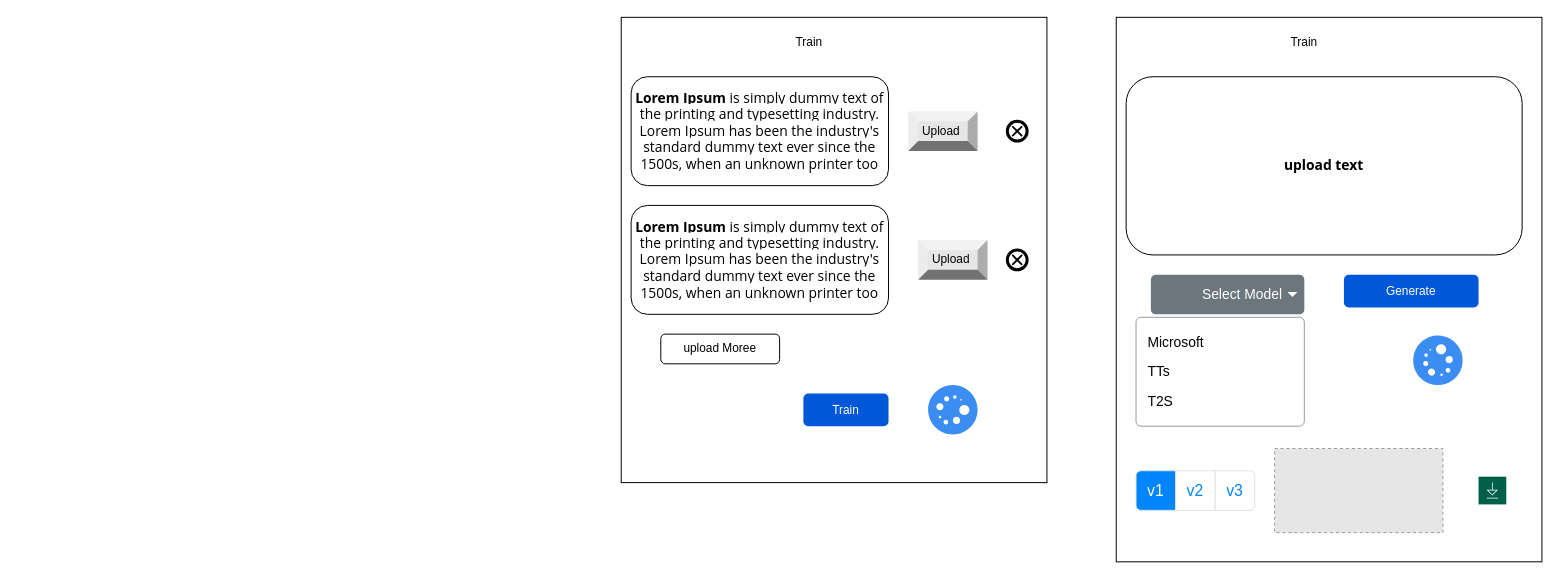
Imtiaj-Sajin/text-to-speech- keeps this draw.io diagram as Untitled Diagram.drawio. Above is the earlier version. Source tidied: cells renumbered, new cells numbered last; positions are measured from the earlier drawing's top-left corner, leaving out a move shared by most shapes. Both pictures are drawn from the tidied source at 99%, with x=0, y=0 at pixel (621, 17). Pictures stored in the file or linked from it are replaced by grey dashed boxes.
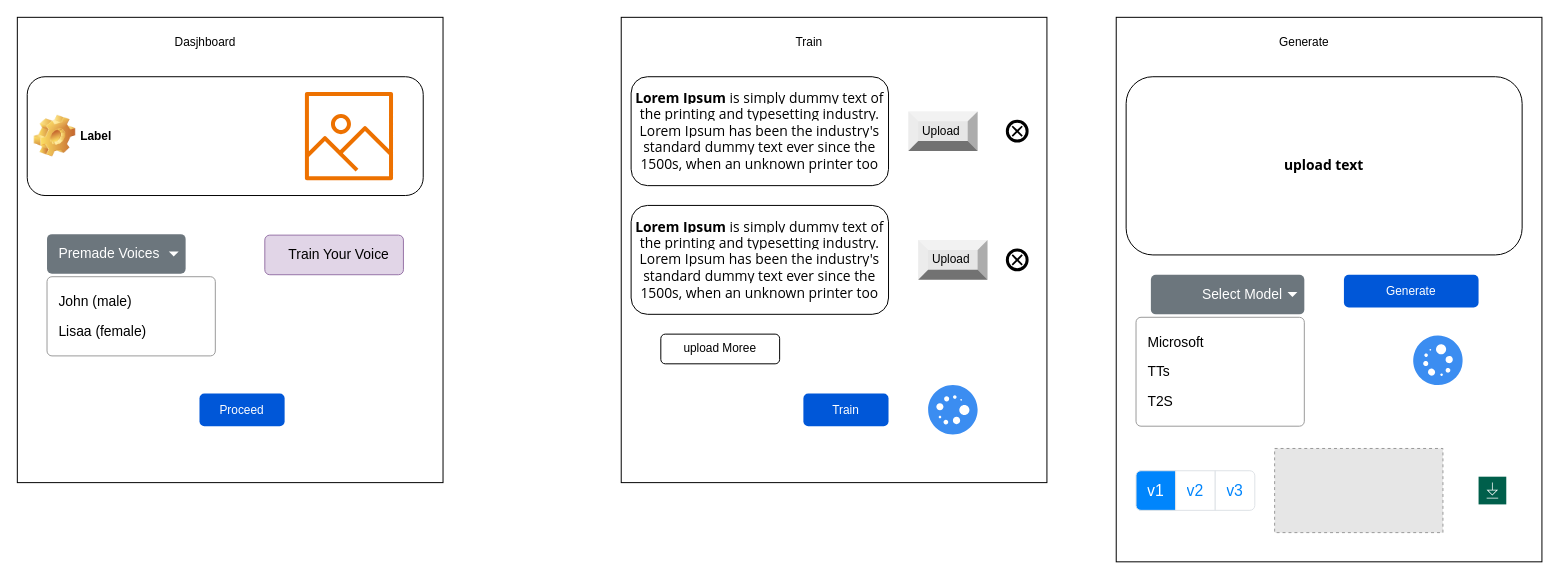
After the change.

The edit, as a diff of the source:
```diff
@@
-    <mxCell id="15" value="Train" style="text;html=1;align=center;verticalAlign=middle;whiteSpace=wrap;rounded=0;" parent="1" vertex="1">
+    <mxCell id="15" value="Generate" style="text;html=1;align=center;verticalAlign=middle;whiteSpace=wrap;rounded=0;" parent="1" vertex="1">
       <mxGeometry x="660" y="10" width="60" height="30" as="geometry" />
     </mxCell>
@@
+    <mxCell id="32" style="rounded=0;whiteSpace=wrap;html=1;" parent="1" vertex="1">
+      <mxGeometry x="-610" width="430" height="470" as="geometry" />
+    </mxCell>
+    <mxCell id="33" value="Dasjhboard" style="text;html=1;align=center;verticalAlign=middle;whiteSpace=wrap;rounded=0;" parent="1" vertex="1">
+      <mxGeometry x="-450" y="10" width="60" height="30" as="geometry" />
+    </mxCell>
+    <mxCell id="34" value="Proceed" style="rounded=1;fillColor=#0057D8;strokeColor=none;html=1;whiteSpace=wrap;fontColor=#ffffff;align=center;verticalAlign=middle;fontStyle=0;fontSize=12;sketch=0;" parent="1" vertex="1">
+      <mxGeometry x="-426" y="380" width="86" height="33" as="geometry" />
+    </mxCell>
+    <mxCell id="35" value="Label" style="label;whiteSpace=wrap;html=1;image=img/clipart/Gear_128x128.png;" parent="1" vertex="1">
+      <mxGeometry x="-600" y="60" width="400" height="120" as="geometry" />
+    </mxCell>
+    <mxCell id="36" style="sketch=0;fontColor=#232F3E;gradientColor=none;fillColor=#ED7100;strokeColor=none;dashed=0;verticalLabelPosition=bottom;verticalAlign=top;align=center;html=1;fontSize=12;fontStyle=0;shape=mxgraph.aws4.container_registry_image;" parent="1" vertex="1">
+      <mxGeometry x="-319.5" y="75.5" width="89" height="89" as="geometry" />
+    </mxCell>
+    <mxCell id="37" value="Premade Voices" style="html=1;shadow=0;dashed=0;shape=mxgraph.bootstrap.rrect;rSize=5;strokeColor=none;strokeWidth=1;fillColor=#6C767D;fontColor=#ffffff;whiteSpace=wrap;align=left;verticalAlign=middle;fontStyle=0;fontSize=14;spacingLeft=10;" parent="1" vertex="1">
+      <mxGeometry x="-580" y="219" width="140" height="40" as="geometry" />
+    </mxCell>
+    <mxCell id="38" style="shape=triangle;direction=south;fillColor=#ffffff;strokeColor=none;perimeter=none;" parent="37" vertex="1">
+      <mxGeometry x="1" y="0.5" width="10" height="5" relative="1" as="geometry">
+        <mxPoint x="-17" y="-2.5" as="offset" />
+      </mxGeometry>
+    </mxCell>
+    <mxCell id="39" style="swimlane;shape=mxgraph.bootstrap.rrect;rSize=5;strokeColor=#999999;fillColor=#ffffff;fontStyle=0;horizontal=1;startSize=0;whiteSpace=wrap;html=1;" parent="1" vertex="1">
+      <mxGeometry x="-580" y="262" width="170" height="80" as="geometry" />
+    </mxCell>
+    <mxCell id="40" style="text;align=center;verticalAlign=middle;spacingLeft=10;spacingRight=10;overflow=hidden;whiteSpace=wrap;html=1;fontColor=inherit;" parent="39" vertex="1">
+      <mxGeometry width="170" height="10" as="geometry" />
+    </mxCell>
+    <mxCell id="41" value="John (male)" style="text;align=left;verticalAlign=middle;spacingLeft=10;spacingRight=10;overflow=hidden;whiteSpace=wrap;html=1;fontColor=inherit;fontSize=14;fontStyle=0;" parent="39" vertex="1">
+      <mxGeometry y="10" width="170" height="30" as="geometry" />
+    </mxCell>
+    <mxCell id="42" value="Lisaa (female)" style="text;align=left;verticalAlign=middle;spacingLeft=10;spacingRight=10;overflow=hidden;whiteSpace=wrap;html=1;fontColor=inherit;fontSize=14;fontStyle=0;" parent="39" vertex="1">
+      <mxGeometry y="40" width="170" height="30" as="geometry" />
+    </mxCell>
+    <mxCell id="43" style="text;align=center;verticalAlign=middle;spacingLeft=10;spacingRight=10;overflow=hidden;whiteSpace=wrap;html=1;fontColor=inherit;" parent="39" vertex="1">
+      <mxGeometry y="70" width="170" height="10" as="geometry" />
+    </mxCell>
+    <mxCell id="44" value="Train Your Voice" style="html=1;shadow=0;dashed=0;shape=mxgraph.bootstrap.rrect;rSize=5;strokeColor=#9673a6;strokeWidth=1;fillColor=#e1d5e7;whiteSpace=wrap;align=center;verticalAlign=middle;fontStyle=0;fontSize=14;spacingLeft=10;perimeterSpacing=9;" parent="1" vertex="1">
+      <mxGeometry x="-360" y="220" width="140" height="40" as="geometry" />
+    </mxCell>
```
